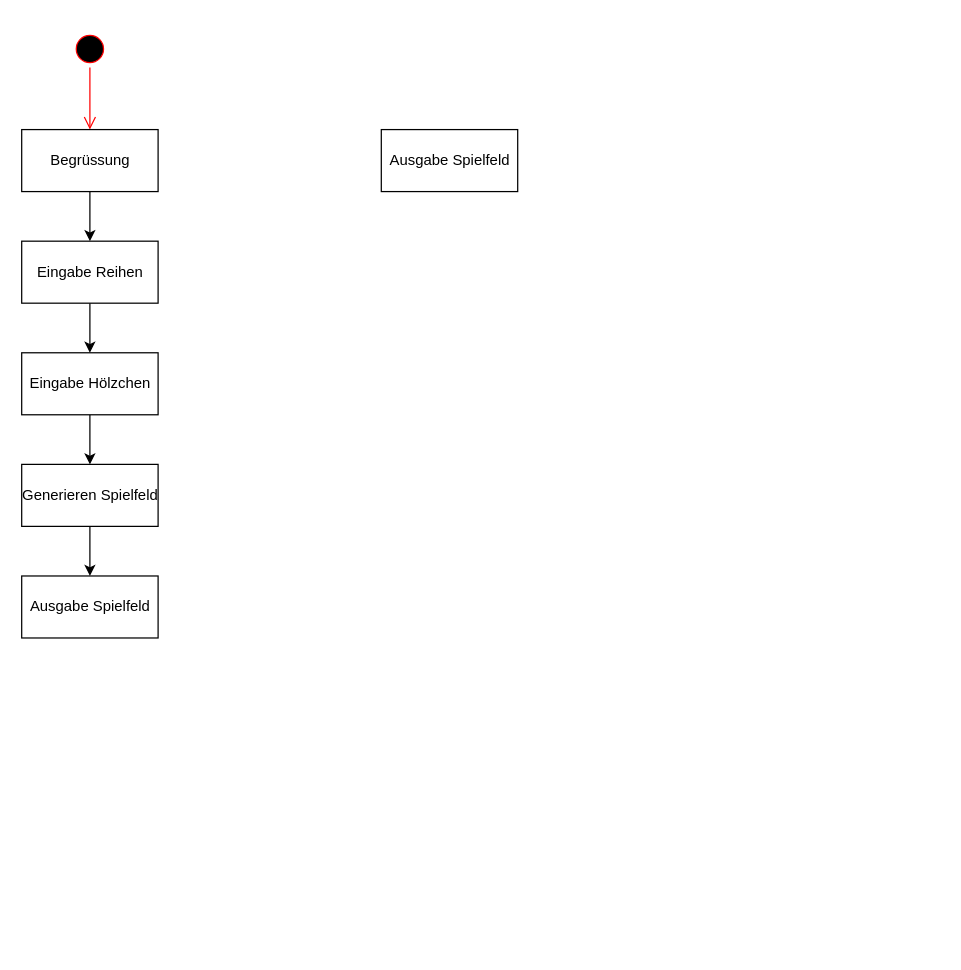
Before: UML_Nim_Game.drawio in mmichel2/HFIE, a draw.io diagram. Source tidied: cells renumbered, new cells numbered last; positions are measured from the earlier drawing's top-left corner, leaving out a move shared by most shapes. Both pictures are drawn from the tidied source at 124%, with x=0, y=0 at pixel (21, 30).
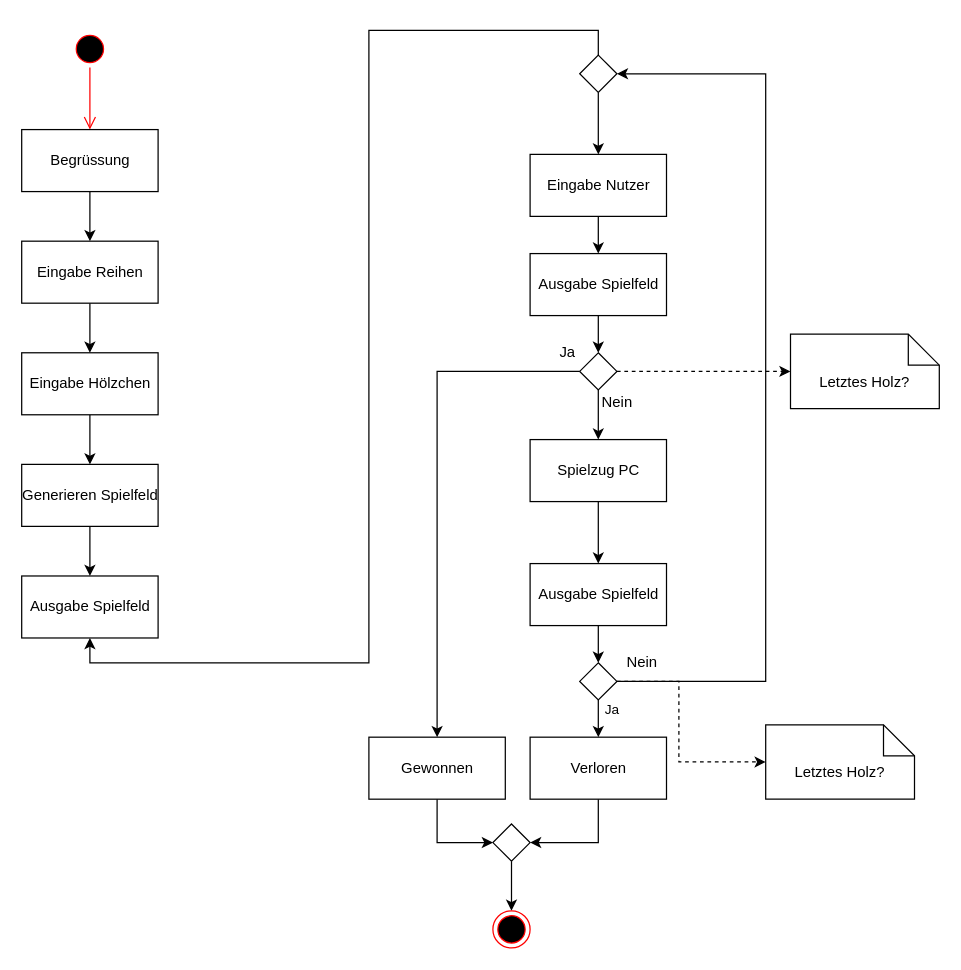
The same page after the edit.

Unchanged cells that the change refers to:
```xml
<mxCell id="12" value="Ausgabe Spielfeld" style="html=1;" parent="1" vertex="1">
  <mxGeometry y="440" width="110" height="50" as="geometry" />
</mxCell>
```

Change to the diagram source:
```diff
@@
+    <mxCell id="14" style="edgeStyle=orthogonalEdgeStyle;rounded=0;jettySize=auto;html=1;" parent="1" edge="1" source="13" target="16">
+      <mxGeometry relative="1" as="geometry" />
+    </mxCell>
-    <mxCell id="13" value="Ausgabe Spielfeld" style="html=1;" parent="1" vertex="1">
-      <mxGeometry x="290" y="80" width="110" height="50" as="geometry" />
+    <mxCell id="13" value="Eingabe Nutzer" style="html=1;" parent="1" vertex="1">
+      <mxGeometry x="410" y="100" width="110" height="50" as="geometry" />
     </mxCell>
+    <mxCell id="15" style="edgeStyle=orthogonalEdgeStyle;rounded=0;jettySize=auto;html=1;" parent="1" edge="1" source="16" target="23">
+      <mxGeometry relative="1" as="geometry" />
+    </mxCell>
+    <mxCell id="16" value="Ausgabe Spielfeld" style="html=1;" parent="1" vertex="1">
+      <mxGeometry x="410" y="180" width="110" height="50" as="geometry" />
+    </mxCell>
+    <mxCell id="17" style="edgeStyle=orthogonalEdgeStyle;rounded=0;jettySize=auto;html=1;entryX=0.5;entryY=1;entryDx=0;entryDy=0;exitX=0.5;exitY=0;exitDx=0;exitDy=0;" parent="1" edge="1" source="19" target="12">
+      <mxGeometry relative="1" as="geometry" />
+    </mxCell>
+    <mxCell id="18" style="edgeStyle=orthogonalEdgeStyle;rounded=0;jettySize=auto;html=1;exitX=0.5;exitY=1;exitDx=0;exitDy=0;" parent="1" edge="1" source="19" target="13">
+      <mxGeometry relative="1" as="geometry" />
+    </mxCell>
+    <mxCell id="19" style="rhombus;" parent="1" vertex="1">
+      <mxGeometry x="450" y="20" width="30" height="30" as="geometry" />
+    </mxCell>
+    <mxCell id="20" style="edgeStyle=orthogonalEdgeStyle;rounded=0;jettySize=auto;html=1;" parent="1" edge="1" source="23" target="25">
+      <mxGeometry relative="1" as="geometry" />
+    </mxCell>
+    <mxCell id="21" style="edgeStyle=orthogonalEdgeStyle;rounded=0;jettySize=auto;html=1;entryX=0.5;entryY=0;entryDx=0;entryDy=0;" parent="1" edge="1" source="23" target="36">
+      <mxGeometry relative="1" as="geometry" />
+    </mxCell>
+    <mxCell id="22" style="edgeStyle=orthogonalEdgeStyle;rounded=0;jettySize=auto;html=1;entryX=0;entryY=0.5;entryDx=0;entryDy=0;entryPerimeter=0;dashed=1;" parent="1" edge="1" source="23" target="42">
+      <mxGeometry relative="1" as="geometry" />
+    </mxCell>
+    <mxCell id="23" style="rhombus;" parent="1" vertex="1">
+      <mxGeometry x="450" y="260" width="30" height="30" as="geometry" />
+    </mxCell>
+    <mxCell id="24" style="edgeStyle=orthogonalEdgeStyle;rounded=0;jettySize=auto;html=1;" parent="1" edge="1" source="25" target="27">
+      <mxGeometry relative="1" as="geometry" />
+    </mxCell>
+    <mxCell id="25" value="Spielzug PC" style="html=1;" parent="1" vertex="1">
+      <mxGeometry x="410" y="330" width="110" height="50" as="geometry" />
+    </mxCell>
+    <mxCell id="26" style="edgeStyle=orthogonalEdgeStyle;rounded=0;jettySize=auto;html=1;entryX=0.5;entryY=0;entryDx=0;entryDy=0;" parent="1" edge="1" source="27" target="32">
+      <mxGeometry relative="1" as="geometry" />
+    </mxCell>
+    <mxCell id="27" value="Ausgabe Spielfeld" style="html=1;" parent="1" vertex="1">
+      <mxGeometry x="410" y="430" width="110" height="50" as="geometry" />
+    </mxCell>
+    <mxCell id="28" style="edgeStyle=orthogonalEdgeStyle;rounded=0;jettySize=auto;html=1;entryX=0.5;entryY=0;entryDx=0;entryDy=0;" parent="1" edge="1" source="32" target="34">
+      <mxGeometry relative="1" as="geometry" />
+    </mxCell>
+    <mxCell id="29" value="Ja" style="edgeLabel;html=1;align=center;verticalAlign=middle;" parent="28" vertex="1">
+      <mxGeometry x="-0.72" y="10" relative="1" as="geometry" />
+    </mxCell>
+    <mxCell id="30" style="edgeStyle=orthogonalEdgeStyle;rounded=0;jettySize=auto;html=1;entryX=1;entryY=0.5;entryDx=0;entryDy=0;" parent="1" edge="1" source="32" target="19">
+      <mxGeometry relative="1" as="geometry">
+        <Array as="points">
+          <mxPoint x="600" y="525" />
+          <mxPoint x="600" y="35" />
+        </Array>
+      </mxGeometry>
+    </mxCell>
+    <mxCell id="31" style="edgeStyle=orthogonalEdgeStyle;rounded=0;jettySize=auto;html=1;entryX=0;entryY=0.5;entryDx=0;entryDy=0;entryPerimeter=0;dashed=1;" parent="1" edge="1" source="32" target="41">
+      <mxGeometry relative="1" as="geometry">
+        <Array as="points">
+          <mxPoint x="530" y="525" />
+          <mxPoint x="530" y="590" />
+        </Array>
+      </mxGeometry>
+    </mxCell>
+    <mxCell id="32" style="rhombus;" parent="1" vertex="1">
+      <mxGeometry x="450" y="510" width="30" height="30" as="geometry" />
+    </mxCell>
+    <mxCell id="33" style="edgeStyle=orthogonalEdgeStyle;rounded=0;jettySize=auto;html=1;entryX=1;entryY=0.5;entryDx=0;entryDy=0;" parent="1" edge="1" source="34" target="38">
+      <mxGeometry relative="1" as="geometry" />
+    </mxCell>
+    <mxCell id="34" value="Verloren" style="html=1;" parent="1" vertex="1">
+      <mxGeometry x="410" y="570" width="110" height="50" as="geometry" />
+    </mxCell>
+    <mxCell id="35" style="edgeStyle=orthogonalEdgeStyle;rounded=0;jettySize=auto;html=1;entryX=0;entryY=0.5;entryDx=0;entryDy=0;" parent="1" edge="1" source="36" target="38">
+      <mxGeometry relative="1" as="geometry" />
+    </mxCell>
+    <mxCell id="36" value="Gewonnen" style="html=1;fontStyle=0;" parent="1" vertex="1">
+      <mxGeometry x="280" y="570" width="110" height="50" as="geometry" />
+    </mxCell>
+    <mxCell id="37" style="edgeStyle=orthogonalEdgeStyle;rounded=0;jettySize=auto;html=1;entryX=0.5;entryY=0;entryDx=0;entryDy=0;" parent="1" edge="1" source="38" target="39">
+      <mxGeometry relative="1" as="geometry" />
+    </mxCell>
+    <mxCell id="38" style="rhombus;" parent="1" vertex="1">
+      <mxGeometry x="380" y="640" width="30" height="30" as="geometry" />
+    </mxCell>
+    <mxCell id="39" style="ellipse;html=1;shape=endState;fillColor=#000000;strokeColor=#ff0000;" parent="1" vertex="1">
+      <mxGeometry x="380" y="710" width="30" height="30" as="geometry" />
+    </mxCell>
+    <mxCell id="40" value="Nein" style="text;html=1;align=center;verticalAlign=middle;" parent="1" vertex="1">
+      <mxGeometry x="480" y="500" width="40" height="20" as="geometry" />
+    </mxCell>
+    <mxCell id="41" value="Letztes Holz?" style="shape=note2;boundedLbl=1;whiteSpace=wrap;html=1;size=25;verticalAlign=top;align=center;" parent="1" vertex="1">
+      <mxGeometry x="600" y="560" width="120" height="60" as="geometry" />
+    </mxCell>
+    <mxCell id="42" value="Letztes Holz?" style="shape=note2;boundedLbl=1;whiteSpace=wrap;html=1;size=25;verticalAlign=top;align=center;" parent="1" vertex="1">
+      <mxGeometry x="620" y="245" width="120" height="60" as="geometry" />
+    </mxCell>
+    <mxCell id="43" value="Ja" style="text;html=1;align=center;verticalAlign=middle;" parent="1" vertex="1">
+      <mxGeometry x="425" y="250" width="30" height="20" as="geometry" />
+    </mxCell>
+    <mxCell id="44" value="Nein" style="text;html=1;align=center;verticalAlign=middle;" parent="1" vertex="1">
+      <mxGeometry x="460" y="290" width="40" height="20" as="geometry" />
+    </mxCell>
```
